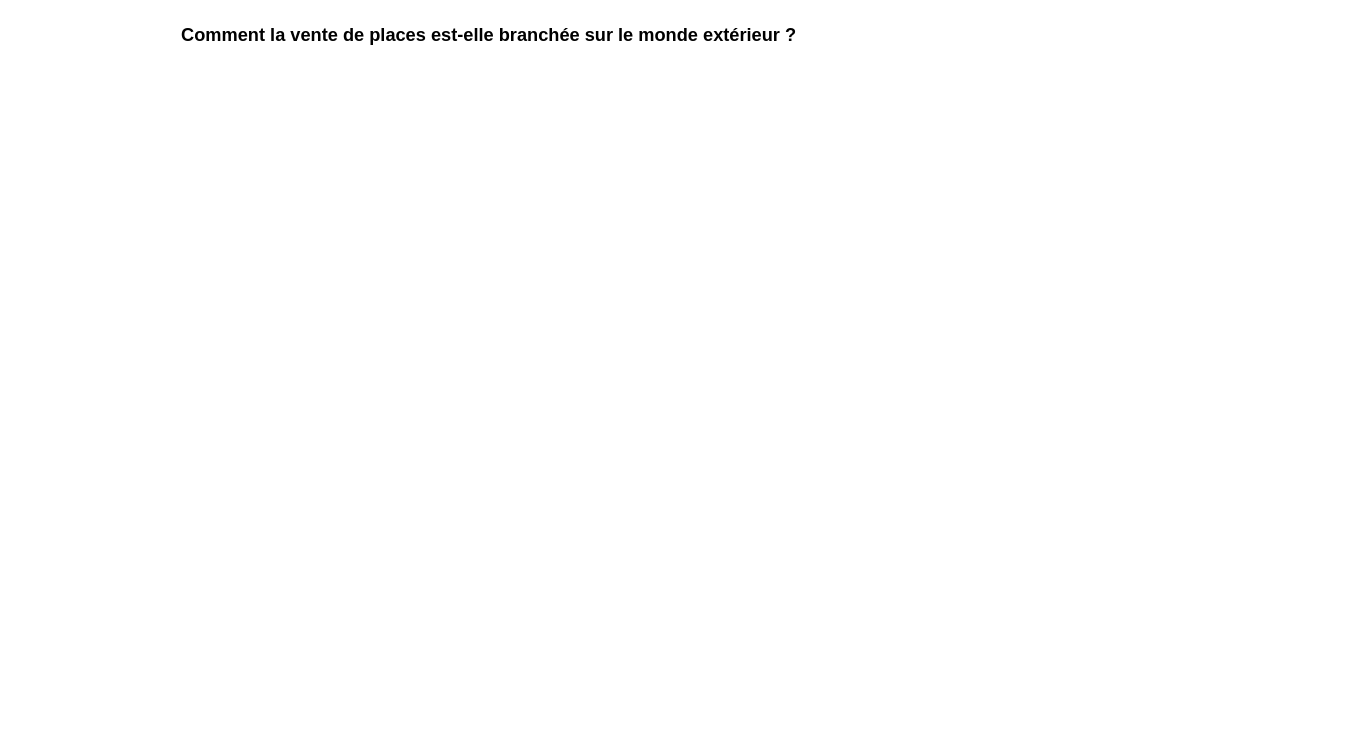
Above: docs/diagrammes/3-composants-vente.drawio in RBigord/ecrans-villeneuve (draw.io), before the change. Source tidied: cells renumbered, new cells numbered last; positions are measured from the earlier drawing's top-left corner, leaving out a move shared by most shapes. Both pictures are drawn from the tidied source at 91%, with x=0, y=0 at pixel (179, 15).
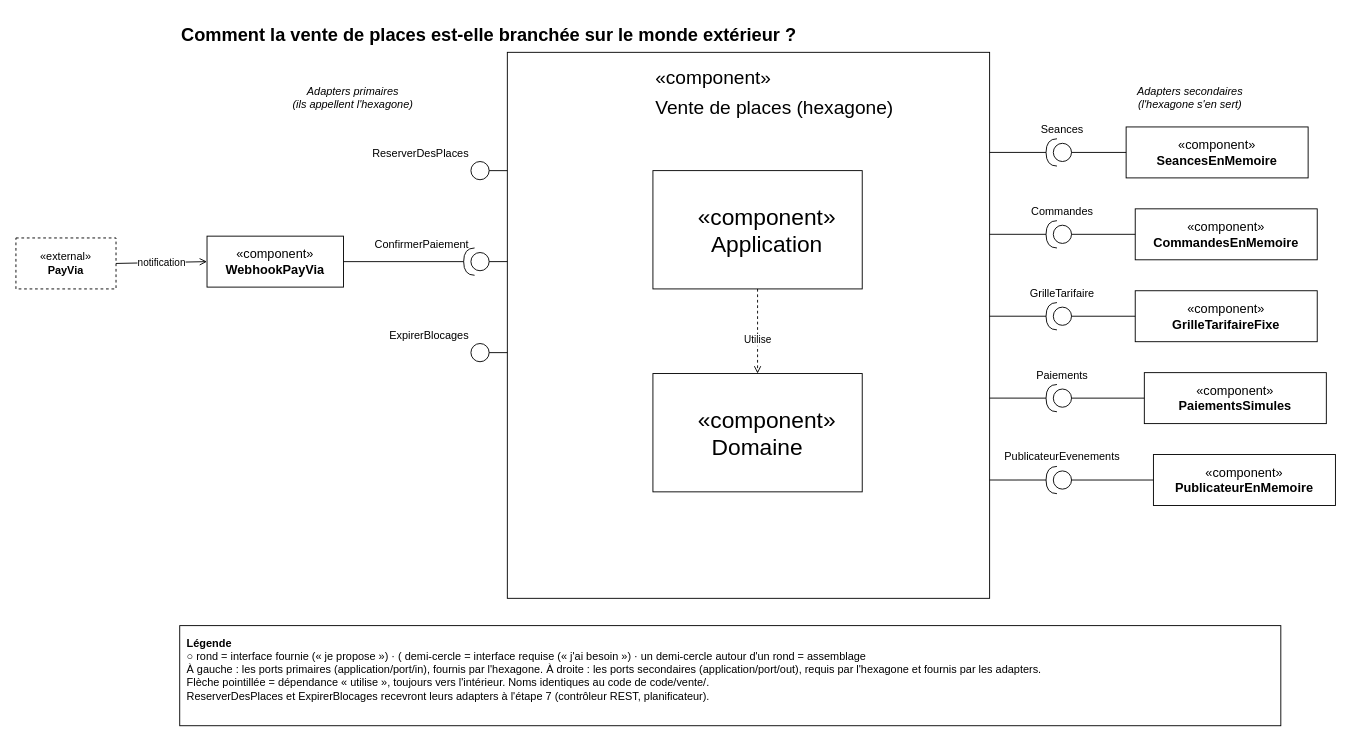
The same diagram, later.

Commit message (it also covers changes not shown here):
phase 3 : diagramme de composants de la Vente

Change to the diagram source:
```diff
@@
+    <mxCell id="3" value="&lt;blockquote style=&quot;margin: 0 0 0 40px; border: none; padding: 0px;&quot;&gt;&lt;p style=&quot;text-align: left; line-height: 150%;&quot;&gt;&lt;font style=&quot;font-size: 21px;&quot;&gt;&amp;nbsp; &amp;nbsp;«component»&lt;/font&gt;&lt;/p&gt;&lt;p style=&quot;text-align: left; line-height: 150%;&quot;&gt;&lt;font style=&quot;font-size: 21px;&quot;&gt;&amp;nbsp; &amp;nbsp;Vente de places (hexagone)&lt;/font&gt;&lt;/p&gt;&lt;/blockquote&gt;&lt;p style=&quot;line-height: 150%;&quot;&gt;&lt;/p&gt;&lt;p style=&quot;line-height: 150%;&quot;&gt;&lt;/p&gt;" style="rounded=0;whiteSpace=wrap;html=1;strokeWidth=1;align=center;verticalAlign=top;" parent="1" vertex="1">
+      <mxGeometry x="360" y="40" width="530" height="600" as="geometry" />
+    </mxCell>
+    <mxCell id="4" value="&lt;div style=&quot;font-size: 25px;&quot;&gt;&lt;font style=&quot;font-size: 25px;&quot;&gt;&amp;nbsp; &amp;nbsp;«component»&lt;/font&gt;&lt;/div&gt;&lt;div style=&quot;font-size: 25px;&quot;&gt;&lt;font style=&quot;font-size: 25px;&quot;&gt;&amp;nbsp; &amp;nbsp;Application&lt;/font&gt;&lt;/div&gt;" style="rounded=0;whiteSpace=wrap;html=1;" parent="1" vertex="1">
+      <mxGeometry x="520" y="170" width="230" height="130" as="geometry" />
+    </mxCell>
+    <mxCell id="5" value="&lt;div style=&quot;font-size: 25px;&quot;&gt;&lt;font style=&quot;font-size: 25px;&quot;&gt;&amp;nbsp; &amp;nbsp;«component»&lt;/font&gt;&lt;/div&gt;&lt;div style=&quot;font-size: 25px;&quot;&gt;&lt;font style=&quot;font-size: 25px;&quot;&gt;Domaine&lt;/font&gt;&lt;/div&gt;&lt;div style=&quot;font-size: 25px;&quot;&gt;&lt;/div&gt;" style="rounded=0;whiteSpace=wrap;html=1;" parent="1" vertex="1">
+      <mxGeometry x="520" y="393" width="230" height="130" as="geometry" />
+    </mxCell>
+    <mxCell id="6" style="edgeStyle=orthogonalEdgeStyle;rounded=0;jettySize=auto;html=1;dashed=1;endArrow=open;endFill=0;" parent="1" edge="1" source="4" target="5">
+      <mxGeometry relative="1" as="geometry" />
+    </mxCell>
+    <mxCell id="7" value="Utilise" style="edgeLabel;html=1;align=center;verticalAlign=middle;" parent="6" vertex="1">
+      <mxGeometry x="0.16" y="-1" relative="1" as="geometry">
+        <mxPoint y="1" as="offset" />
+      </mxGeometry>
+    </mxCell>
+    <mxCell id="8" value="Adapters primaires&lt;br&gt;(ils appellent l'hexagone)" style="text;html=1;align=center;verticalAlign=middle;fontSize=12;fontStyle=2;" parent="1" vertex="1">
+      <mxGeometry x="100" y="70" width="180" height="40" as="geometry" />
+    </mxCell>
+    <mxCell id="9" value="Adapters secondaires&lt;br&gt;(l'hexagone s'en sert)" style="text;html=1;align=center;verticalAlign=middle;fontSize=12;fontStyle=2;" parent="1" vertex="1">
+      <mxGeometry x="1010" y="70" width="200" height="40" as="geometry" />
+    </mxCell>
+    <mxCell id="10" value="ReserverDesPlaces" style="ellipse;whiteSpace=wrap;html=1;fontSize=12;labelPosition=left;verticalLabelPosition=top;align=right;verticalAlign=bottom;" parent="1" vertex="1">
+      <mxGeometry x="320" y="160" width="20" height="20" as="geometry" />
+    </mxCell>
+    <mxCell id="11" style="endArrow=none;html=1;rounded=0;exitX=1;exitY=0.5;exitDx=0;exitDy=0;entryX=0;entryY=0.2167;entryDx=0;entryDy=0;" parent="1" edge="1" source="10" target="3">
+      <mxGeometry relative="1" as="geometry" />
+    </mxCell>
+    <mxCell id="12" value="ConfirmerPaiement" style="ellipse;whiteSpace=wrap;html=1;fontSize=12;labelPosition=left;verticalLabelPosition=top;align=right;verticalAlign=bottom;" parent="1" vertex="1">
+      <mxGeometry x="320" y="260" width="20" height="20" as="geometry" />
+    </mxCell>
+    <mxCell id="13" style="endArrow=none;html=1;rounded=0;exitX=1;exitY=0.5;exitDx=0;exitDy=0;entryX=0;entryY=0.3833;entryDx=0;entryDy=0;" parent="1" edge="1" source="12" target="3">
+      <mxGeometry relative="1" as="geometry" />
+    </mxCell>
+    <mxCell id="14" value="ExpirerBlocages" style="ellipse;whiteSpace=wrap;html=1;fontSize=12;labelPosition=left;verticalLabelPosition=top;align=right;verticalAlign=bottom;" parent="1" vertex="1">
+      <mxGeometry x="320" y="360" width="20" height="20" as="geometry" />
+    </mxCell>
+    <mxCell id="15" style="endArrow=none;html=1;rounded=0;exitX=1;exitY=0.5;exitDx=0;exitDy=0;entryX=0;entryY=0.55;entryDx=0;entryDy=0;" parent="1" edge="1" source="14" target="3">
+      <mxGeometry relative="1" as="geometry" />
+    </mxCell>
+    <mxCell id="16" value="«component»&lt;br&gt;&lt;b&gt;WebhookPayVia&lt;/b&gt;" style="rounded=0;whiteSpace=wrap;html=1;fontSize=14;" parent="1" vertex="1">
+      <mxGeometry x="30" y="242" width="150" height="56" as="geometry" />
+    </mxCell>
+    <mxCell id="17" style="shape=requiredInterface;html=1;direction=west;" parent="1" vertex="1">
+      <mxGeometry x="312" y="255" width="12" height="30" as="geometry" />
+    </mxCell>
+    <mxCell id="18" style="endArrow=none;html=1;rounded=0;exitX=1;exitY=0.5;exitDx=0;exitDy=0;" parent="1" edge="1" source="16" target="17">
+      <mxGeometry relative="1" as="geometry" />
+    </mxCell>
+    <mxCell id="19" value="«external»&lt;br&gt;&lt;b&gt;PayVia&lt;/b&gt;" style="rounded=0;whiteSpace=wrap;html=1;fontSize=14;fontSize=12;dashed=1;" parent="1" vertex="1">
+      <mxGeometry x="-180" y="244" width="110" height="56" as="geometry" />
+    </mxCell>
+    <mxCell id="20" value="notification" style="html=1;rounded=0;endArrow=open;endFill=0;fontSize=11;exitX=1;exitY=0.5;exitDx=0;exitDy=0;entryX=0;entryY=0.5;entryDx=0;entryDy=0;" parent="1" edge="1" source="19" target="16">
+      <mxGeometry relative="1" as="geometry" />
+    </mxCell>
+    <mxCell id="21" style="shape=requiredInterface;html=1;direction=west;" parent="1" vertex="1">
+      <mxGeometry x="952" y="135" width="12" height="30" as="geometry" />
+    </mxCell>
+    <mxCell id="22" style="endArrow=none;html=1;rounded=0;exitX=1;exitY=0.1833;exitDx=0;exitDy=0;" parent="1" edge="1" source="3" target="21">
+      <mxGeometry relative="1" as="geometry" />
+    </mxCell>
+    <mxCell id="23" value="Seances" style="ellipse;whiteSpace=wrap;html=1;fontSize=12;labelPosition=center;verticalLabelPosition=top;align=center;verticalAlign=bottom;spacingBottom=6;" parent="1" vertex="1">
+      <mxGeometry x="960" y="140" width="20" height="20" as="geometry" />
+    </mxCell>
+    <mxCell id="24" value="«component»&lt;br&gt;&lt;b&gt;SeancesEnMemoire&lt;/b&gt;" style="rounded=0;whiteSpace=wrap;html=1;fontSize=14;" parent="1" vertex="1">
+      <mxGeometry x="1040" y="122" width="200" height="56" as="geometry" />
+    </mxCell>
+    <mxCell id="25" style="endArrow=none;html=1;rounded=0;exitX=0;exitY=0.5;exitDx=0;exitDy=0;" parent="1" edge="1" source="24" target="23">
+      <mxGeometry relative="1" as="geometry" />
+    </mxCell>
+    <mxCell id="26" style="shape=requiredInterface;html=1;direction=west;" parent="1" vertex="1">
+      <mxGeometry x="952" y="225" width="12" height="30" as="geometry" />
+    </mxCell>
+    <mxCell id="27" style="endArrow=none;html=1;rounded=0;exitX=1;exitY=0.3333;exitDx=0;exitDy=0;" parent="1" edge="1" source="3" target="26">
+      <mxGeometry relative="1" as="geometry" />
+    </mxCell>
+    <mxCell id="28" value="Commandes" style="ellipse;whiteSpace=wrap;html=1;fontSize=12;labelPosition=center;verticalLabelPosition=top;align=center;verticalAlign=bottom;spacingBottom=6;" parent="1" vertex="1">
+      <mxGeometry x="960" y="230" width="20" height="20" as="geometry" />
+    </mxCell>
+    <mxCell id="29" value="«component»&lt;br&gt;&lt;b&gt;CommandesEnMemoire&lt;/b&gt;" style="rounded=0;whiteSpace=wrap;html=1;fontSize=14;" parent="1" vertex="1">
+      <mxGeometry x="1050" y="212" width="200" height="56" as="geometry" />
+    </mxCell>
+    <mxCell id="30" style="endArrow=none;html=1;rounded=0;exitX=0;exitY=0.5;exitDx=0;exitDy=0;" parent="1" edge="1" source="29" target="28">
+      <mxGeometry relative="1" as="geometry" />
+    </mxCell>
+    <mxCell id="31" style="shape=requiredInterface;html=1;direction=west;" parent="1" vertex="1">
+      <mxGeometry x="952" y="315" width="12" height="30" as="geometry" />
+    </mxCell>
+    <mxCell id="32" style="endArrow=none;html=1;rounded=0;exitX=1;exitY=0.4833;exitDx=0;exitDy=0;" parent="1" edge="1" source="3" target="31">
+      <mxGeometry relative="1" as="geometry" />
+    </mxCell>
+    <mxCell id="33" value="GrilleTarifaire" style="ellipse;whiteSpace=wrap;html=1;fontSize=12;labelPosition=center;verticalLabelPosition=top;align=center;verticalAlign=bottom;spacingBottom=6;" parent="1" vertex="1">
+      <mxGeometry x="960" y="320" width="20" height="20" as="geometry" />
+    </mxCell>
+    <mxCell id="34" value="«component»&lt;br&gt;&lt;b&gt;GrilleTarifaireFixe&lt;/b&gt;" style="rounded=0;whiteSpace=wrap;html=1;fontSize=14;" parent="1" vertex="1">
+      <mxGeometry x="1050" y="302" width="200" height="56" as="geometry" />
+    </mxCell>
+    <mxCell id="35" style="endArrow=none;html=1;rounded=0;exitX=0;exitY=0.5;exitDx=0;exitDy=0;" parent="1" edge="1" source="34" target="33">
+      <mxGeometry relative="1" as="geometry" />
+    </mxCell>
+    <mxCell id="36" style="shape=requiredInterface;html=1;direction=west;" parent="1" vertex="1">
+      <mxGeometry x="952" y="405" width="12" height="30" as="geometry" />
+    </mxCell>
+    <mxCell id="37" style="endArrow=none;html=1;rounded=0;exitX=1;exitY=0.6333;exitDx=0;exitDy=0;" parent="1" edge="1" source="3" target="36">
+      <mxGeometry relative="1" as="geometry" />
+    </mxCell>
+    <mxCell id="38" value="Paiements" style="ellipse;whiteSpace=wrap;html=1;fontSize=12;labelPosition=center;verticalLabelPosition=top;align=center;verticalAlign=bottom;spacingBottom=6;" parent="1" vertex="1">
+      <mxGeometry x="960" y="410" width="20" height="20" as="geometry" />
+    </mxCell>
+    <mxCell id="39" value="«component»&lt;br&gt;&lt;b&gt;PaiementsSimules&lt;/b&gt;" style="rounded=0;whiteSpace=wrap;html=1;fontSize=14;" parent="1" vertex="1">
+      <mxGeometry x="1060" y="392" width="200" height="56" as="geometry" />
+    </mxCell>
+    <mxCell id="40" style="endArrow=none;html=1;rounded=0;exitX=0;exitY=0.5;exitDx=0;exitDy=0;" parent="1" edge="1" source="39" target="38">
+      <mxGeometry relative="1" as="geometry" />
+    </mxCell>
+    <mxCell id="41" style="shape=requiredInterface;html=1;direction=west;" parent="1" vertex="1">
+      <mxGeometry x="952" y="495" width="12" height="30" as="geometry" />
+    </mxCell>
+    <mxCell id="42" style="endArrow=none;html=1;rounded=0;exitX=1;exitY=0.7833;exitDx=0;exitDy=0;" parent="1" edge="1" source="3" target="41">
+      <mxGeometry relative="1" as="geometry" />
+    </mxCell>
+    <mxCell id="43" value="PublicateurEvenements" style="ellipse;whiteSpace=wrap;html=1;fontSize=12;labelPosition=center;verticalLabelPosition=top;align=center;verticalAlign=bottom;spacingBottom=6;" parent="1" vertex="1">
+      <mxGeometry x="960" y="500" width="20" height="20" as="geometry" />
+    </mxCell>
+    <mxCell id="44" value="«component»&lt;br&gt;&lt;b&gt;PublicateurEnMemoire&lt;/b&gt;" style="rounded=0;whiteSpace=wrap;html=1;fontSize=14;" parent="1" vertex="1">
+      <mxGeometry x="1070" y="482" width="200" height="56" as="geometry" />
+    </mxCell>
+    <mxCell id="45" style="endArrow=none;html=1;rounded=0;exitX=0;exitY=0.5;exitDx=0;exitDy=0;" parent="1" edge="1" source="44" target="43">
+      <mxGeometry relative="1" as="geometry" />
+    </mxCell>
+    <mxCell id="46" value="&lt;b&gt;Légende&lt;/b&gt;&lt;br&gt;○ rond = interface fournie (« je propose ») · ( demi-cercle = interface requise (« j'ai besoin ») · un demi-cercle autour d'un rond = assemblage&lt;br&gt;À gauche : les ports primaires (application/port/in), fournis par l'hexagone. À droite : les ports secondaires (application/port/out), requis par l'hexagone et fournis par les adapters.&lt;br&gt;Flèche pointillée = dépendance « utilise », toujours vers l'intérieur. Noms identiques au code de code/vente/.&lt;br&gt;ReserverDesPlaces et ExpirerBlocages recevront leurs adapters à l'étape 7 (contrôleur REST, planificateur)." style="text;html=1;align=left;verticalAlign=top;whiteSpace=wrap;fontSize=12;strokeColor=default;spacing=8;rounded=0;" parent="1" vertex="1">
+      <mxGeometry y="670" width="1210" height="110" as="geometry" />
+    </mxCell>
```
